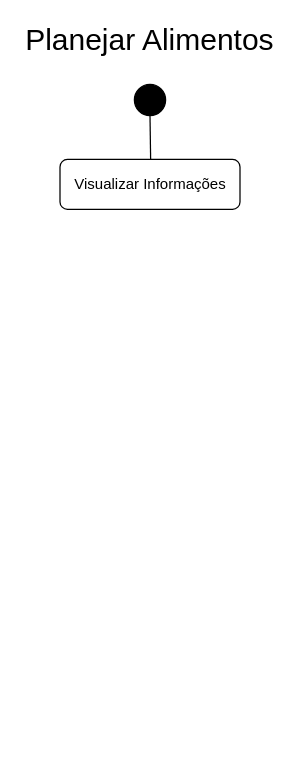
Above: Planejar_alimentos.drawio in Thiago163/api_sistema_trienal (draw.io), before the change. Source tidied: cells renumbered, new cells numbered last; positions are measured from the earlier drawing's top-left corner, leaving out a move shared by most shapes. Both pictures are drawn from the tidied source at 125%, with x=0, y=0 at pixel (21, 21).
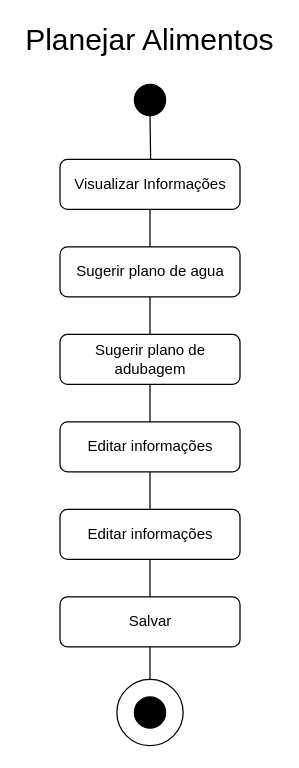
The same page after the edit.

What changed in the source:
```diff
@@
 <mxGraphModel>
   <root>
     <mxCell id="0" />
     <mxCell id="1" parent="0" />
     <mxCell id="2" style="ellipse;whiteSpace=wrap;html=1;fillColor=#000000;" parent="1" vertex="1">
       <mxGeometry x="90" y="50" width="25" height="25" as="geometry" />
     </mxCell>
     <mxCell id="3" value="&lt;font style=&quot;font-size: 24px;&quot;&gt;Planejar Alimentos&lt;/font&gt;" style="text;html=1;align=center;verticalAlign=middle;whiteSpace=wrap;rounded=0;" parent="1" vertex="1">
       <mxGeometry width="205" height="30" as="geometry" />
     </mxCell>
     <mxCell id="4" value="Visualizar Informações" style="rounded=1;whiteSpace=wrap;html=1;" parent="1" vertex="1">
       <mxGeometry x="30.5" y="110" width="144" height="40" as="geometry" />
     </mxCell>
     <mxCell id="5" style="endArrow=none;html=1;rounded=0;entryX=0.5;entryY=1;entryDx=0;entryDy=0;" parent="1" edge="1" target="2">
       <mxGeometry relative="1" as="geometry">
         <mxPoint x="103" y="110" as="sourcePoint" />
       </mxGeometry>
     </mxCell>
+    <mxCell id="6" value="Sugerir plano de agua" style="rounded=1;whiteSpace=wrap;html=1;" parent="1" vertex="1">
+      <mxGeometry x="30.5" y="180" width="144" height="40" as="geometry" />
+    </mxCell>
+    <mxCell id="7" value="Sugerir plano de adubagem" style="rounded=1;whiteSpace=wrap;html=1;" parent="1" vertex="1">
+      <mxGeometry x="30.5" y="250" width="144" height="40" as="geometry" />
+    </mxCell>
+    <mxCell id="8" value="Editar informações" style="rounded=1;whiteSpace=wrap;html=1;" parent="1" vertex="1">
+      <mxGeometry x="30.5" y="320" width="144" height="40" as="geometry" />
+    </mxCell>
+    <mxCell id="9" value="Editar informações" style="rounded=1;whiteSpace=wrap;html=1;" parent="1" vertex="1">
+      <mxGeometry x="30.5" y="390" width="144" height="40" as="geometry" />
+    </mxCell>
+    <mxCell id="10" value="Salvar" style="rounded=1;whiteSpace=wrap;html=1;" parent="1" vertex="1">
+      <mxGeometry x="30.5" y="460" width="144" height="40" as="geometry" />
+    </mxCell>
+    <mxCell id="11" style="endArrow=none;html=1;rounded=0;entryX=0.5;entryY=1;entryDx=0;entryDy=0;exitX=0.5;exitY=0;exitDx=0;exitDy=0;" parent="1" edge="1" source="6" target="4">
+      <mxGeometry relative="1" as="geometry" />
+    </mxCell>
+    <mxCell id="12" style="endArrow=none;html=1;rounded=0;entryX=0.5;entryY=1;entryDx=0;entryDy=0;exitX=0.5;exitY=0;exitDx=0;exitDy=0;" parent="1" edge="1" source="7" target="6">
+      <mxGeometry relative="1" as="geometry" />
+    </mxCell>
+    <mxCell id="13" style="endArrow=none;html=1;rounded=0;entryX=0.5;entryY=1;entryDx=0;entryDy=0;exitX=0.5;exitY=0;exitDx=0;exitDy=0;" parent="1" edge="1" source="8" target="7">
+      <mxGeometry relative="1" as="geometry" />
+    </mxCell>
+    <mxCell id="14" style="endArrow=none;html=1;rounded=0;entryX=0.5;entryY=1;entryDx=0;entryDy=0;exitX=0.5;exitY=0;exitDx=0;exitDy=0;" parent="1" edge="1" source="9" target="8">
+      <mxGeometry relative="1" as="geometry" />
+    </mxCell>
+    <mxCell id="15" style="endArrow=none;html=1;rounded=0;entryX=0.5;entryY=1;entryDx=0;entryDy=0;exitX=0.5;exitY=0;exitDx=0;exitDy=0;" parent="1" edge="1" source="10" target="9">
+      <mxGeometry relative="1" as="geometry" />
+    </mxCell>
+    <mxCell id="16" style="ellipse;whiteSpace=wrap;html=1;" parent="1" vertex="1">
+      <mxGeometry x="76" y="526" width="53" height="53" as="geometry" />
+    </mxCell>
+    <mxCell id="17" style="ellipse;whiteSpace=wrap;html=1;fillColor=#000000;" parent="1" vertex="1">
+      <mxGeometry x="90" y="540" width="25" height="25" as="geometry" />
+    </mxCell>
+    <mxCell id="18" style="endArrow=none;html=1;rounded=0;entryX=0.5;entryY=1;entryDx=0;entryDy=0;exitX=0.5;exitY=0;exitDx=0;exitDy=0;" parent="1" edge="1" source="16" target="10">
+      <mxGeometry relative="1" as="geometry" />
+    </mxCell>
   </root>
 </mxGraphModel>
```
